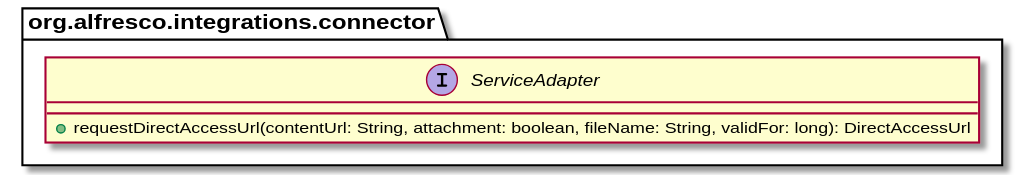
Alfresco/acs-packaging keeps this PlantUML diagram as docs/images/dau-design-doc-class-diagram-cloud-connector-base-1.svg. Above is the earlier version.
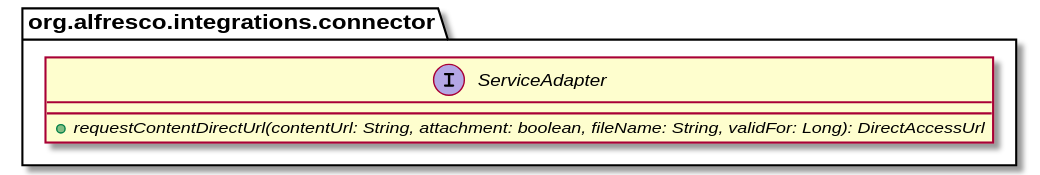
The same file after the commit.

Commit message:
ACS-595 Direct Access URLs design document [skip ci]

What changed in the source:
```diff
@@ -1,7 +1,7 @@
 @startuml
 package org.alfresco.integrations.connector {
     interface ServiceAdapter {
-        +requestDirectAccessUrl(contentUrl: String, attachment: boolean, fileName: String, validFor: long): DirectAccessUrl
+        {abstract} +requestContentDirectUrl(contentUrl: String, attachment: boolean, fileName: String, validFor: Long): DirectAccessUrl
     }
 }
 @enduml
```
